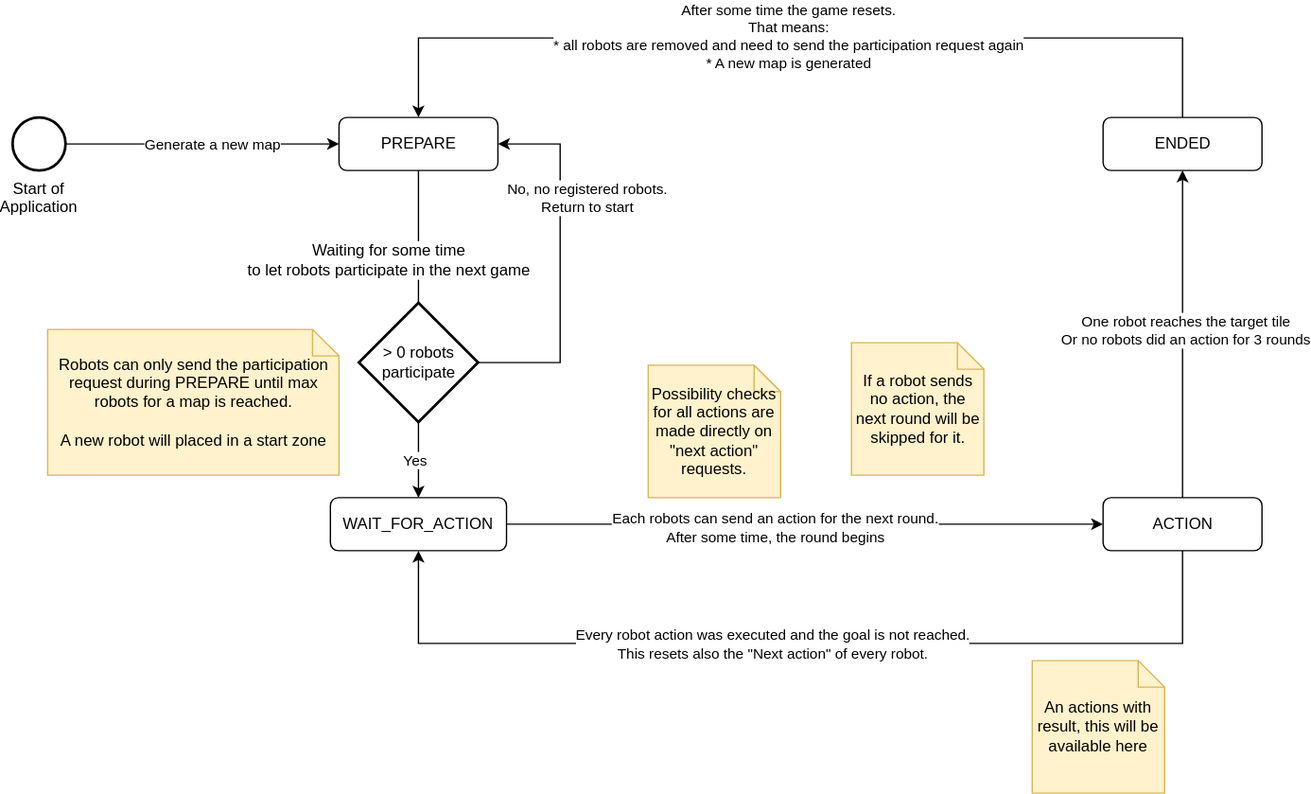
Before: docs/GameStateMachine.drawio.svg, a diagram exported from draw.io (Poeschl/RoboRush). Source tidied: cells renumbered, new cells last; positions are measured from the earlier drawing's top-left corner, leaving out a move shared by most shapes.
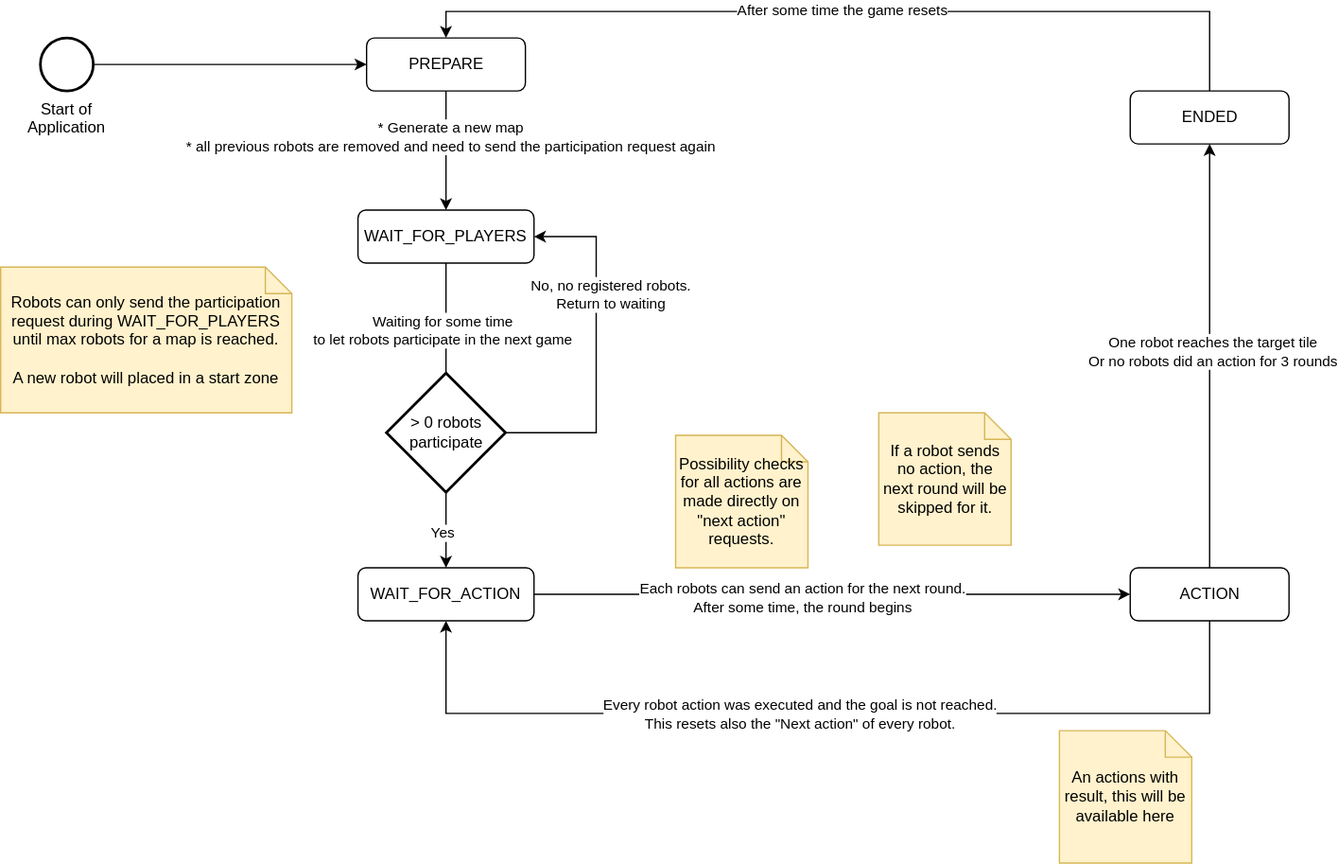
After the change.

Commit message:
:sparkles: Ensure game logic after state machine graph

Diff of the diagram source:
```diff
@@ -2,21 +2,21 @@
   <root>
     <mxCell id="0" />
     <mxCell id="1" parent="0" />
-    <mxCell id="2" style="edgeStyle=orthogonalEdgeStyle;rounded=0;jettySize=auto;html=1;fontSize=12;" parent="1" edge="1" source="5" target="8">
+    <mxCell id="2" style="edgeStyle=orthogonalEdgeStyle;rounded=0;jettySize=auto;html=1;fontSize=12;" parent="1" edge="1" source="29" target="8">
       <mxGeometry relative="1" as="geometry" />
     </mxCell>
+    <mxCell id="4" value="Yes" style="edgeLabel;html=1;align=center;verticalAlign=middle;" parent="2" vertex="1">
+      <mxGeometry x="0.76" y="4" relative="1" as="geometry">
+        <mxPoint x="-7" as="offset" />
+      </mxGeometry>
+    </mxCell>
-    <mxCell id="3" value="Waiting for some time&lt;br&gt;to let robots participate in the next game" style="edgeLabel;html=1;align=center;verticalAlign=middle;fontSize=12;" parent="2" vertex="1">
-      <mxGeometry x="-0.11" y="-1" relative="1" as="geometry">
-        <mxPoint x="-22" y="-43" as="offset" />
+    <mxCell id="3" value="Waiting for some time&lt;br style=&quot;border-color: var(--border-color); font-size: 11px;&quot;&gt;&lt;span style=&quot;font-size: 11px;&quot;&gt;to let robots participate in the next game&lt;/span&gt;" style="edgeLabel;html=1;align=center;verticalAlign=middle;fontSize=11;" parent="2" vertex="1">
+      <mxGeometry x="-0.7" y="-3" relative="1" as="geometry">
+        <mxPoint y="15" as="offset" />
       </mxGeometry>
     </mxCell>
-    <mxCell id="4" value="Yes" style="edgeLabel;html=1;align=center;verticalAlign=middle;" parent="2" vertex="1">
-      <mxGeometry x="0.76" y="4" relative="1" as="geometry">
-        <mxPoint x="-7" as="offset" />
-      </mxGeometry>
-    </mxCell>
     <mxCell id="5" value="PREPARE" style="rounded=1;whiteSpace=wrap;html=1;fontSize=12;glass=0;strokeWidth=1;shadow=0;" parent="1" vertex="1">
-      <mxGeometry x="246.5" y="60" width="120" height="40" as="geometry" />
+      <mxGeometry x="246.5" y="-53" width="120" height="40" as="geometry" />
     </mxCell>
     <mxCell id="6" style="edgeStyle=orthogonalEdgeStyle;rounded=0;jettySize=auto;html=1;fontSize=12;" parent="1" edge="1" source="8" target="13">
       <mxGeometry relative="1" as="geometry" />
@@ -52,39 +52,34 @@
     <mxCell id="14" style="edgeStyle=orthogonalEdgeStyle;rounded=0;jettySize=auto;html=1;exitX=0.5;exitY=0;exitDx=0;exitDy=0;entryX=0.5;entryY=0;entryDx=0;entryDy=0;fontSize=12;" parent="1" edge="1" source="16" target="5">
       <mxGeometry relative="1" as="geometry">
         <Array as="points">
-          <mxPoint x="883.5" />
-          <mxPoint x="306.5" />
+          <mxPoint x="883.5" y="-73" />
+          <mxPoint x="306.5" y="-73" />
         </Array>
       </mxGeometry>
     </mxCell>
-    <mxCell id="15" value="After some time the game resets.&lt;br&gt;That means:&lt;br&gt;* all robots are removed and need to send the participation request again&lt;br&gt;* A new map is generated" style="edgeLabel;html=1;align=center;verticalAlign=middle;" parent="14" vertex="1">
+    <mxCell id="15" value="After some time the game resets" style="edgeLabel;html=1;align=center;verticalAlign=middle;" parent="14" vertex="1">
       <mxGeometry x="0.03" y="-2" relative="1" as="geometry" />
     </mxCell>
     <mxCell id="16" value="ENDED" style="rounded=1;whiteSpace=wrap;html=1;fontSize=12;glass=0;strokeWidth=1;shadow=0;" parent="1" vertex="1">
-      <mxGeometry x="823.5" y="60" width="120" height="40" as="geometry" />
+      <mxGeometry x="823.5" y="-13" width="120" height="40" as="geometry" />
     </mxCell>
     <mxCell id="17" style="edgeStyle=orthogonalEdgeStyle;rounded=0;jettySize=auto;html=1;exitX=1;exitY=0.5;exitDx=0;exitDy=0;exitPerimeter=0;fontSize=12;" parent="1" edge="1" source="19" target="5">
       <mxGeometry relative="1" as="geometry" />
     </mxCell>
-    <mxCell id="18" value="Generate a new map" style="edgeLabel;html=1;align=center;verticalAlign=middle;" parent="17" vertex="1">
-      <mxGeometry x="-0.24" y="2" relative="1" as="geometry">
-        <mxPoint x="32" y="2" as="offset" />
-      </mxGeometry>
-    </mxCell>
     <mxCell id="19" value="Start of Application" style="strokeWidth=2;html=1;shape=mxgraph.flowchart.start_2;whiteSpace=wrap;labelPosition=center;verticalLabelPosition=bottom;align=center;verticalAlign=top;fontSize=12;" parent="1" vertex="1">
-      <mxGeometry y="60" width="40" height="40" as="geometry" />
+      <mxGeometry y="-53" width="40" height="40" as="geometry" />
     </mxCell>
-    <mxCell id="20" style="edgeStyle=orthogonalEdgeStyle;rounded=0;jettySize=auto;html=1;exitX=1;exitY=0.5;exitDx=0;exitDy=0;exitPerimeter=0;" parent="1" edge="1" source="22" target="5">
+    <mxCell id="20" style="edgeStyle=orthogonalEdgeStyle;rounded=0;jettySize=auto;html=1;exitX=1;exitY=0.5;exitDx=0;exitDy=0;exitPerimeter=0;" parent="1" edge="1" source="22" target="29">
       <mxGeometry relative="1" as="geometry">
         <Array as="points">
-          <mxPoint x="413.5" y="245" />
-          <mxPoint x="413.5" y="80" />
+          <mxPoint x="420" y="245" />
+          <mxPoint x="420" y="97" />
         </Array>
       </mxGeometry>
     </mxCell>
-    <mxCell id="21" value="No, no registered robots.&lt;br&gt;Return to start" style="edgeLabel;html=1;align=center;verticalAlign=middle;" parent="20" vertex="1">
+    <mxCell id="21" value="No, no registered robots.&lt;br&gt;Return to waiting" style="edgeLabel;html=1;align=center;verticalAlign=middle;" parent="20" vertex="1">
       <mxGeometry x="0.07" y="-2" relative="1" as="geometry">
-        <mxPoint x="18" y="-41" as="offset" />
+        <mxPoint x="8" y="-32" as="offset" />
       </mxGeometry>
     </mxCell>
     <mxCell id="22" value="&amp;gt; 0 robots participate" style="strokeWidth=2;html=1;shape=mxgraph.flowchart.decision;whiteSpace=wrap;" parent="1" vertex="1">
@@ -93,8 +88,8 @@
     <mxCell id="23" value="If a robot sends no action, the next round will be skipped for it." style="shape=note;size=20;whiteSpace=wrap;html=1;fillColor=#fff2cc;strokeColor=#d6b656;" parent="1" vertex="1">
       <mxGeometry x="633.5" y="230" width="100" height="100" as="geometry" />
     </mxCell>
-    <mxCell id="24" value="Robots can only send the participation request during PREPARE until max robots for a map is reached.&lt;br&gt;&lt;br&gt;A new robot will placed in a start zone" style="shape=note;size=20;whiteSpace=wrap;html=1;fillColor=#fff2cc;strokeColor=#d6b656;" parent="1" vertex="1">
-      <mxGeometry x="26.5" y="220" width="220" height="110" as="geometry" />
+    <mxCell id="24" value="Robots can only send the participation request during WAIT_FOR_PLAYERS until max robots for a map is reached.&lt;br&gt;&lt;br&gt;A new robot will placed in a start zone" style="shape=note;size=20;whiteSpace=wrap;html=1;fillColor=#fff2cc;strokeColor=#d6b656;" parent="1" vertex="1">
+      <mxGeometry x="-30" y="120" width="220" height="110" as="geometry" />
     </mxCell>
     <mxCell id="25" value="Possibility checks for all actions are made directly on &quot;next action&quot; requests." style="shape=note;size=20;whiteSpace=wrap;html=1;fillColor=#fff2cc;strokeColor=#d6b656;" parent="1" vertex="1">
       <mxGeometry x="480" y="247" width="100" height="100" as="geometry" />
@@ -102,5 +97,14 @@
     <mxCell id="26" value="An actions with result, this will be available here" style="shape=note;size=20;whiteSpace=wrap;html=1;fillColor=#fff2cc;strokeColor=#d6b656;" parent="1" vertex="1">
       <mxGeometry x="770" y="470" width="100" height="100" as="geometry" />
     </mxCell>
+    <mxCell id="27" style="edgeStyle=orthogonalEdgeStyle;rounded=0;jettySize=auto;html=1;fontSize=12;" parent="1" edge="1" source="5" target="29">
+      <mxGeometry relative="1" as="geometry" />
+    </mxCell>
+    <mxCell id="28" value="* Generate a new map&lt;br&gt;* all previous robots are removed and need to send the participation request again" style="edgeLabel;html=1;align=center;verticalAlign=middle;" parent="27" vertex="1">
+      <mxGeometry x="-0.25" y="3" relative="1" as="geometry" />
+    </mxCell>
+    <mxCell id="29" value="WAIT_FOR_PLAYERS" style="rounded=1;whiteSpace=wrap;html=1;fontSize=12;glass=0;strokeWidth=1;shadow=0;" parent="1" vertex="1">
+      <mxGeometry x="240" y="77" width="133" height="40" as="geometry" />
+    </mxCell>
   </root>
 </mxGraphModel>
```
